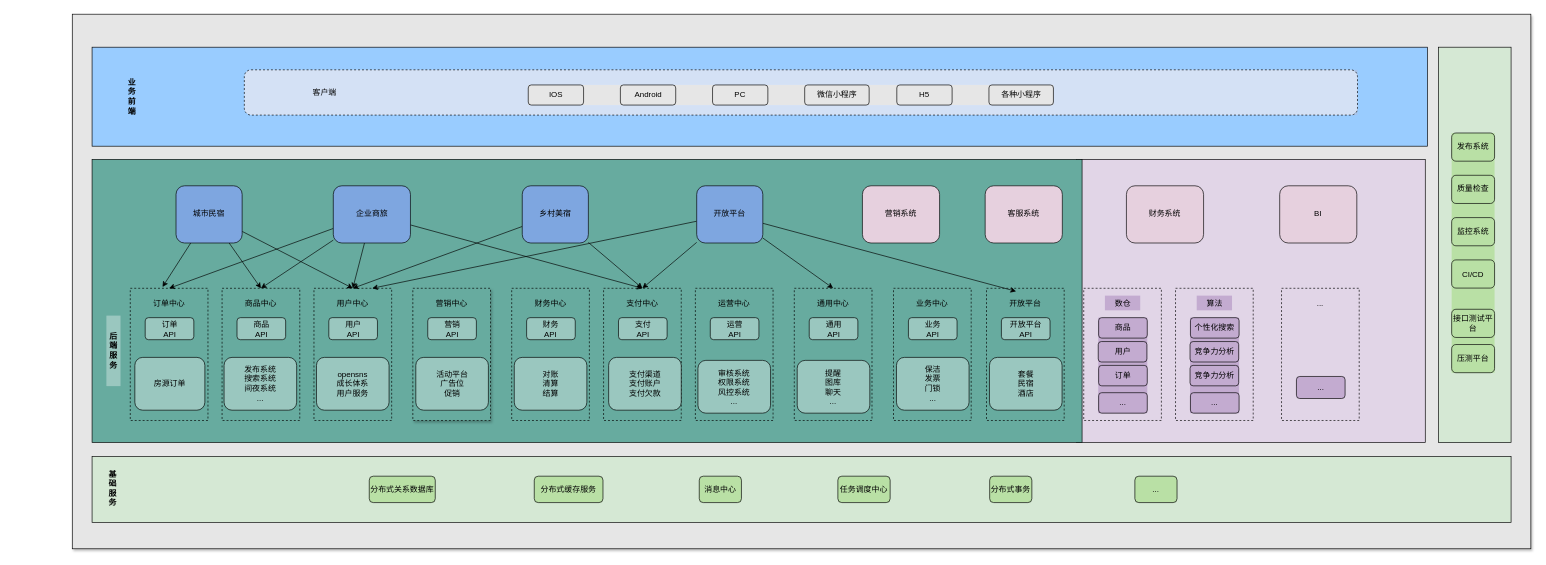
Before: 业务架构全景图.drawio in stern-hcg/draw.io, a draw.io diagram. Source tidied: cells renumbered, new cells numbered last; positions are measured from the earlier drawing's top-left corner, leaving out a move shared by most shapes. Both pictures are drawn from the tidied source at 66%, with x=0, y=0 at pixel (72, 14).
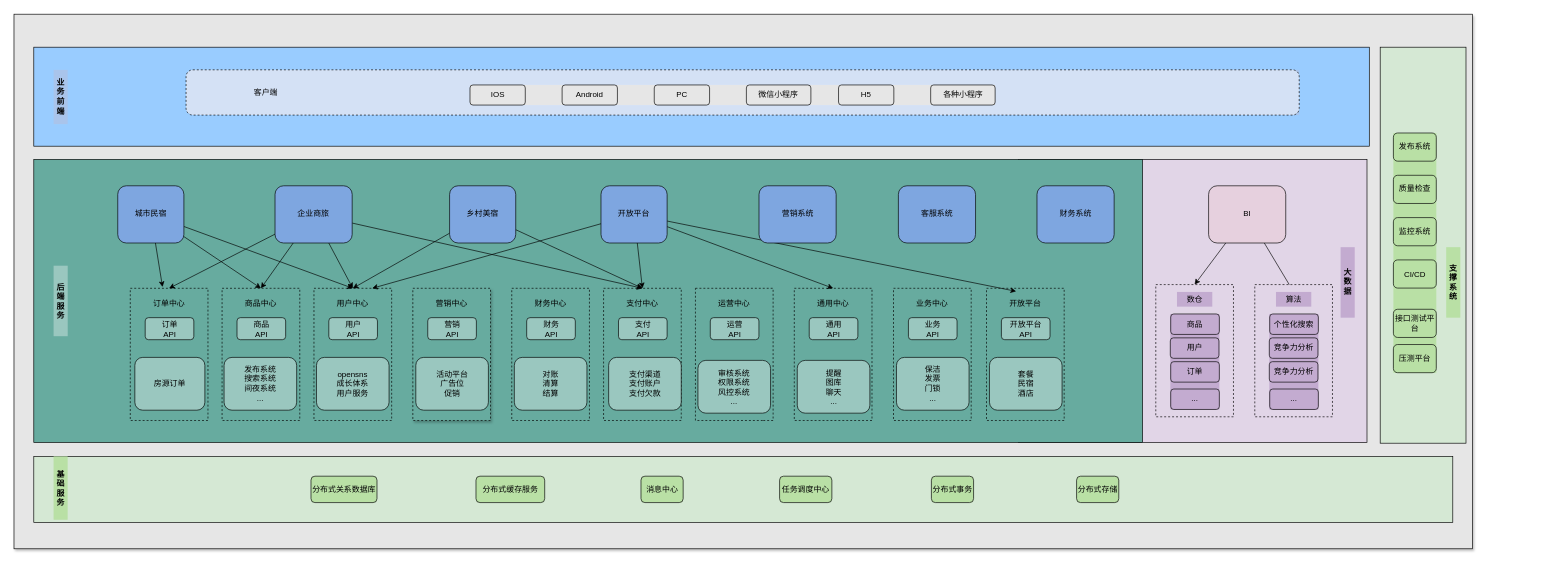
After the change.

Commit message:
Update 业务架构全景图.drawio

Diff of the diagram source:
```diff
@@
     <mxCell id="2" style="rounded=0;whiteSpace=wrap;html=1;shadow=1;fillColor=#E6E6E6;" parent="1" vertex="1">
-      <mxGeometry width="2210" height="810" as="geometry" />
+      <mxGeometry x="-88.3" width="2210" height="810" as="geometry" />
     </mxCell>
     <mxCell id="3" style="rounded=0;whiteSpace=wrap;html=1;fillColor=#D5E8D4;" parent="1" vertex="1">
-      <mxGeometry x="2070" y="50" width="110" height="599" as="geometry" />
+      <mxGeometry x="1981.7" y="50" width="130" height="600" as="geometry" />
     </mxCell>
     <mxCell id="4" style="group;fillColor=#B9E0A5;" parent="1" vertex="1">
-      <mxGeometry x="2090" y="180" width="65" height="363.3" as="geometry" />
+      <mxGeometry x="2001.7" y="180" width="65" height="363.3" as="geometry" />
     </mxCell>
@@
     <mxCell id="11" style="group;fillColor=#FFFFFF;" parent="1" vertex="1">
-      <mxGeometry x="344.4" y="381.9" width="1680.4" height="267.1" as="geometry" />
+      <mxGeometry x="256.1" y="381.9" width="1680.4" height="267.1" as="geometry" />
     </mxCell>
     <mxCell id="12" style="rounded=0;whiteSpace=wrap;html=1;fillColor=#E1D5E7;" parent="1" vertex="1">
-      <mxGeometry x="1521.8" y="220" width="528.2" height="429" as="geometry" />
+      <mxGeometry x="1433.5" y="220" width="528.2" height="429" as="geometry" />
     </mxCell>
     <mxCell id="13" style="rounded=0;whiteSpace=wrap;html=1;fillColor=#67AB9F;" parent="1" vertex="1">
-      <mxGeometry x="30" y="220" width="1500" height="429" as="geometry" />
+      <mxGeometry x="-58.3" y="220" width="1680" height="429" as="geometry" />
     </mxCell>
@@
     <mxCell id="30" style="group;" parent="1" vertex="1">
-      <mxGeometry x="665.8" y="415.3" width="117.7" height="200.3" as="geometry" />
+      <mxGeometry x="665.9" y="415.3" width="117.7" height="200.3" as="geometry" />
     </mxCell>
@@
     <mxCell id="38" style="rounded=0;whiteSpace=wrap;html=1;dashed=1;fillColor=#67AB9F;" parent="1" vertex="1">
-      <mxGeometry x="944.1" y="415.3" width="117.7" height="200.3" as="geometry" />
+      <mxGeometry x="944.2" y="415.3" width="117.7" height="200.3" as="geometry" />
     </mxCell>
@@
-    <mxCell id="44" style="rounded=0;whiteSpace=wrap;html=1;dashed=1;fillColor=#E1D5E7;" parent="1" vertex="1">
-      <mxGeometry x="1532.5" y="415.3" width="117.7" height="200.3" as="geometry" />
-    </mxCell>
-    <mxCell id="45" value="数仓" style="text;html=1;strokeColor=none;fillColor=#C3ABD0;align=center;verticalAlign=middle;whiteSpace=wrap;rounded=0;dashed=1;" parent="1" vertex="1">
-      <mxGeometry x="1564.6" y="426.4" width="53.5" height="22.3" as="geometry" />
-    </mxCell>
-    <mxCell id="46" style="rounded=0;whiteSpace=wrap;html=1;dashed=1;fillColor=#E1D5E7;" parent="1" vertex="1">
-      <mxGeometry x="1671.6" y="415.3" width="117.7" height="200.3" as="geometry" />
-    </mxCell>
-    <mxCell id="47" value="算法" style="text;html=1;strokeColor=none;fillColor=#C3ABD0;align=center;verticalAlign=middle;whiteSpace=wrap;rounded=0;dashed=1;" parent="1" vertex="1">
-      <mxGeometry x="1703.7" y="426.4" width="53.5" height="22.3" as="geometry" />
-    </mxCell>
-    <mxCell id="48" style="rounded=0;whiteSpace=wrap;html=1;dashed=1;fillColor=#E1D5E7;" parent="1" vertex="1">
-      <mxGeometry x="1832.2" y="415.3" width="117.7" height="200.3" as="geometry" />
-    </mxCell>
-    <mxCell id="49" value="..." style="text;html=1;strokeColor=none;fillColor=none;align=center;verticalAlign=middle;whiteSpace=wrap;rounded=0;dashed=1;" parent="1" vertex="1">
-      <mxGeometry x="1864.3" y="426.4" width="53.5" height="22.3" as="geometry" />
-    </mxCell>
-    <mxCell id="50" value="..." style="rounded=1;whiteSpace=wrap;html=1;fillColor=#C3ABD0;" parent="1" vertex="1">
-      <mxGeometry x="1854.8" y="548.9" width="73.7" height="33.4" as="geometry" />
-    </mxCell>
-    <mxCell id="51" style="group;fillColor=#C3ABD0;" parent="1" vertex="1">
-      <mxGeometry x="1554.5" y="459.8" width="74.3" height="144.7" as="geometry" />
-    </mxCell>
-    <mxCell id="52" value="商品" style="rounded=1;whiteSpace=wrap;html=1;fillColor=#C3ABD0;" parent="51" vertex="1">
-      <mxGeometry x="0.6" width="73.7" height="31" as="geometry" />
-    </mxCell>
-    <mxCell id="53" value="订单" style="rounded=1;whiteSpace=wrap;html=1;fillColor=#C3ABD0;" parent="51" vertex="1">
-      <mxGeometry x="0.6" y="72.3" width="73.7" height="31" as="geometry" />
-    </mxCell>
-    <mxCell id="54" value="用户" style="rounded=1;whiteSpace=wrap;html=1;fillColor=#C3ABD0;" parent="51" vertex="1">
-      <mxGeometry y="36.2" width="73.7" height="31" as="geometry" />
-    </mxCell>
-    <mxCell id="55" value="..." style="rounded=1;whiteSpace=wrap;html=1;fillColor=#C3ABD0;" parent="51" vertex="1">
-      <mxGeometry x="0.6" y="113.7" width="73.7" height="31" as="geometry" />
-    </mxCell>
-    <mxCell id="56" style="group;fillColor=#C3ABD0;" parent="1" vertex="1">
-      <mxGeometry x="1693.6" y="459.8" width="74.3" height="144.7" as="geometry" />
-    </mxCell>
-    <mxCell id="57" value="个性化搜索" style="rounded=1;whiteSpace=wrap;html=1;fillColor=#C3ABD0;" parent="56" vertex="1">
-      <mxGeometry x="0.6" width="73.7" height="31" as="geometry" />
-    </mxCell>
-    <mxCell id="58" value="竞争力分析" style="rounded=1;whiteSpace=wrap;html=1;fillColor=#C3ABD0;" parent="56" vertex="1">
-      <mxGeometry y="72.3" width="73.7" height="31" as="geometry" />
-    </mxCell>
-    <mxCell id="59" value="竞争力分析" style="rounded=1;whiteSpace=wrap;html=1;fillColor=#C3ABD0;" parent="56" vertex="1">
-      <mxGeometry y="36.2" width="73.7" height="31" as="geometry" />
-    </mxCell>
-    <mxCell id="60" value="..." style="rounded=1;whiteSpace=wrap;html=1;fillColor=#C3ABD0;" parent="56" vertex="1">
-      <mxGeometry x="0.6" y="113.7" width="73.7" height="31" as="geometry" />
-    </mxCell>
     <mxCell id="61" value="&lt;b&gt;后端服务&lt;/b&gt;" style="text;html=1;strokeColor=none;fillColor=#9AC7BF;align=center;verticalAlign=middle;whiteSpace=wrap;rounded=0;" parent="1" vertex="1">
-      <mxGeometry x="51.7" y="456.7" width="21.4" height="106.8" as="geometry" />
+      <mxGeometry x="-28.3" y="381.1" width="21.4" height="106.8" as="geometry" />
     </mxCell>
@@
     <mxCell id="74" value="提醒&lt;br&gt;图库&lt;br&gt;聊天&lt;br&gt;..." style="rounded=1;whiteSpace=wrap;html=1;fillColor=#9AC7BF;" parent="1" vertex="1">
-      <mxGeometry x="1098.4" y="524.5" width="110" height="80" as="geometry" />
+      <mxGeometry x="1098.5" y="524.5" width="110" height="80" as="geometry" />
     </mxCell>
     <mxCell id="75" style="group;" parent="1" vertex="1">
-      <mxGeometry x="50" y="50" width="2003.5" height="150" as="geometry" />
+      <mxGeometry x="-38.3" y="50" width="2003.5" height="150" as="geometry" />
     </mxCell>
@@
-    <mxCell id="87" value="&lt;b&gt;业务前端&lt;/b&gt;" style="text;html=1;strokeColor=none;fillColor=none;align=center;verticalAlign=middle;whiteSpace=wrap;rounded=0;" parent="75" vertex="1">
-      <mxGeometry x="30" y="34.3" width="21.3" height="82.3" as="geometry" />
+    <mxCell id="87" value="&lt;b&gt;业务前端&lt;/b&gt;" style="text;html=1;strokeColor=none;fillColor=#A9C4EB;align=center;verticalAlign=middle;whiteSpace=wrap;rounded=0;" parent="75" vertex="1">
+      <mxGeometry x="10" y="34.3" width="21.3" height="82.3" as="geometry" />
     </mxCell>
@@
     <mxCell id="91" value="城市民宿" style="rounded=1;whiteSpace=wrap;html=1;fillColor=#7EA6E0;" parent="1" vertex="1">
-      <mxGeometry x="157.2" y="260" width="100.2" height="86.7" as="geometry" />
+      <mxGeometry x="68.9" y="260" width="100.2" height="86.7" as="geometry" />
     </mxCell>
@@
     <mxCell id="96" value="开放平台" style="rounded=1;whiteSpace=wrap;html=1;fillColor=#7EA6E0;" parent="1" vertex="1">
-      <mxGeometry x="946.1" y="260" width="100.2" height="86.7" as="geometry" />
+      <mxGeometry x="801.1" y="260" width="100.2" height="86.7" as="geometry" />
     </mxCell>
@@
     <mxCell id="101" value="企业商旅" style="rounded=1;whiteSpace=wrap;html=1;fillColor=#7EA6E0;" parent="1" vertex="1">
-      <mxGeometry x="395.5" y="260" width="116.9" height="86.7" as="geometry" />
+      <mxGeometry x="307.2" y="260" width="116.9" height="86.7" as="geometry" />
     </mxCell>
@@
     <mxCell id="104" value="乡村美宿" style="rounded=1;whiteSpace=wrap;html=1;fillColor=#7EA6E0;" parent="1" vertex="1">
-      <mxGeometry x="681.8" y="260" width="100.2" height="86.7" as="geometry" />
+      <mxGeometry x="571.7" y="260" width="100.2" height="86.7" as="geometry" />
     </mxCell>
+    <mxCell id="118" style="edgeStyle=none;rounded=0;jettySize=auto;html=1;entryX=0.5;entryY=0;entryDx=0;entryDy=0;" parent="1" edge="1" source="105" target="44">
+      <mxGeometry relative="1" as="geometry" />
+    </mxCell>
+    <mxCell id="119" style="edgeStyle=none;rounded=0;jettySize=auto;html=1;entryX=0.5;entryY=0;entryDx=0;entryDy=0;" parent="1" edge="1" source="105" target="47">
+      <mxGeometry relative="1" as="geometry" />
+    </mxCell>
     <mxCell id="105" value="BI" style="rounded=1;whiteSpace=wrap;html=1;fillColor=#E6D0DE;" parent="1" vertex="1">
-      <mxGeometry x="1829.4" y="260" width="116.9" height="86.7" as="geometry" />
+      <mxGeometry x="1721.7" y="260" width="116.9" height="86.7" as="geometry" />
     </mxCell>
-    <mxCell id="106" value="财务系统" style="rounded=1;whiteSpace=wrap;html=1;fillColor=#E6D0DE;" parent="1" vertex="1">
-      <mxGeometry x="1597.2" y="260" width="116.9" height="86.7" as="geometry" />
+    <mxCell id="106" value="财务系统" style="rounded=1;whiteSpace=wrap;html=1;fillColor=#7EA6E0;" parent="1" vertex="1">
+      <mxGeometry x="1461.7" y="260" width="116.9" height="86.7" as="geometry" />
     </mxCell>
-    <mxCell id="107" value="营销系统" style="rounded=1;whiteSpace=wrap;html=1;fillColor=#E6D0DE;" parent="1" vertex="1">
-      <mxGeometry x="1197.2" y="260" width="116.9" height="86.7" as="geometry" />
+    <mxCell id="107" value="营销系统" style="rounded=1;whiteSpace=wrap;html=1;fillColor=#7EA6E0;" parent="1" vertex="1">
+      <mxGeometry x="1040.5" y="260" width="116.9" height="86.7" as="geometry" />
     </mxCell>
-    <mxCell id="108" value="客服系统" style="rounded=1;whiteSpace=wrap;html=1;fillColor=#E6D0DE;" parent="1" vertex="1">
-      <mxGeometry x="1383.2" y="260" width="116.9" height="86.7" as="geometry" />
+    <mxCell id="108" value="客服系统" style="rounded=1;whiteSpace=wrap;html=1;fillColor=#7EA6E0;" parent="1" vertex="1">
+      <mxGeometry x="1251.7" y="260" width="116.9" height="86.7" as="geometry" />
     </mxCell>
     <mxCell id="109" style="group;" parent="1" vertex="1">
-      <mxGeometry x="30" y="670" width="2150" height="100" as="geometry" />
+      <mxGeometry x="-58.3" y="670" width="2150" height="100" as="geometry" />
     </mxCell>
@@
-    <mxCell id="111" value="&lt;b&gt;基础服务&lt;/b&gt;" style="text;html=1;strokeColor=none;fillColor=none;align=center;verticalAlign=middle;whiteSpace=wrap;rounded=0;" parent="109" vertex="1">
-      <mxGeometry x="21.3" width="21.3" height="96" as="geometry" />
+    <mxCell id="111" value="&lt;b&gt;基础服务&lt;/b&gt;" style="text;html=1;strokeColor=none;fillColor=#B9E0A5;align=center;verticalAlign=middle;whiteSpace=wrap;rounded=0;" parent="109" vertex="1">
+      <mxGeometry x="30" width="21.3" height="96" as="geometry" />
     </mxCell>
@@
-    <mxCell id="114" value="..." style="rounded=1;whiteSpace=wrap;html=1;fillColor=#B9E0A5;" parent="109" vertex="1">
+    <mxCell id="114" value="分布式存储" style="rounded=1;whiteSpace=wrap;html=1;fillColor=#B9E0A5;" parent="109" vertex="1">
       <mxGeometry x="1580" y="30" width="63.9" height="40" as="geometry" />
     </mxCell>
@@
+    <mxCell id="120" style="group;" parent="1" vertex="1">
+      <mxGeometry x="1791.7" y="409.7" width="117.7" height="200.3" as="geometry" />
+    </mxCell>
+    <mxCell id="46" style="rounded=0;whiteSpace=wrap;html=1;dashed=1;fillColor=#E1D5E7;" parent="120" vertex="1">
+      <mxGeometry width="117.7" height="200.3" as="geometry" />
+    </mxCell>
+    <mxCell id="47" value="算法" style="text;html=1;strokeColor=none;fillColor=#C3ABD0;align=center;verticalAlign=middle;whiteSpace=wrap;rounded=0;dashed=1;" parent="120" vertex="1">
+      <mxGeometry x="32.1" y="11.1" width="53.5" height="22.3" as="geometry" />
+    </mxCell>
+    <mxCell id="56" style="group;fillColor=#C3ABD0;" parent="120" vertex="1">
+      <mxGeometry x="22" y="44.5" width="74.3" height="144.7" as="geometry" />
+    </mxCell>
+    <mxCell id="57" value="个性化搜索" style="rounded=1;whiteSpace=wrap;html=1;fillColor=#C3ABD0;" parent="56" vertex="1">
+      <mxGeometry x="0.6" width="73.7" height="31" as="geometry" />
+    </mxCell>
+    <mxCell id="58" value="竞争力分析" style="rounded=1;whiteSpace=wrap;html=1;fillColor=#C3ABD0;" parent="56" vertex="1">
+      <mxGeometry y="72.3" width="73.7" height="31" as="geometry" />
+    </mxCell>
+    <mxCell id="59" value="竞争力分析" style="rounded=1;whiteSpace=wrap;html=1;fillColor=#C3ABD0;" parent="56" vertex="1">
+      <mxGeometry y="36.2" width="73.7" height="31" as="geometry" />
+    </mxCell>
+    <mxCell id="60" value="..." style="rounded=1;whiteSpace=wrap;html=1;fillColor=#C3ABD0;" parent="56" vertex="1">
+      <mxGeometry x="0.6" y="113.7" width="73.7" height="31" as="geometry" />
+    </mxCell>
+    <mxCell id="121" style="group;" parent="1" vertex="1">
+      <mxGeometry x="1641.7" y="409.7" width="117.7" height="200.3" as="geometry" />
+    </mxCell>
+    <mxCell id="44" style="rounded=0;whiteSpace=wrap;html=1;dashed=1;fillColor=#E1D5E7;" parent="121" vertex="1">
+      <mxGeometry width="117.7" height="200.3" as="geometry" />
+    </mxCell>
+    <mxCell id="45" value="数仓" style="text;html=1;strokeColor=none;fillColor=#C3ABD0;align=center;verticalAlign=middle;whiteSpace=wrap;rounded=0;dashed=1;" parent="121" vertex="1">
+      <mxGeometry x="32.1" y="11.1" width="53.5" height="22.3" as="geometry" />
+    </mxCell>
+    <mxCell id="51" style="group;fillColor=#C3ABD0;" parent="121" vertex="1">
+      <mxGeometry x="22" y="44.5" width="74.3" height="144.7" as="geometry" />
+    </mxCell>
+    <mxCell id="52" value="商品" style="rounded=1;whiteSpace=wrap;html=1;fillColor=#C3ABD0;" parent="51" vertex="1">
+      <mxGeometry x="0.6" width="73.7" height="31" as="geometry" />
+    </mxCell>
+    <mxCell id="53" value="订单" style="rounded=1;whiteSpace=wrap;html=1;fillColor=#C3ABD0;" parent="51" vertex="1">
+      <mxGeometry x="0.6" y="72.3" width="73.7" height="31" as="geometry" />
+    </mxCell>
+    <mxCell id="54" value="用户" style="rounded=1;whiteSpace=wrap;html=1;fillColor=#C3ABD0;" parent="51" vertex="1">
+      <mxGeometry y="36.2" width="73.7" height="31" as="geometry" />
+    </mxCell>
+    <mxCell id="55" value="..." style="rounded=1;whiteSpace=wrap;html=1;fillColor=#C3ABD0;" parent="51" vertex="1">
+      <mxGeometry x="0.6" y="113.7" width="73.7" height="31" as="geometry" />
+    </mxCell>
+    <mxCell id="122" value="&lt;b&gt;大数据&lt;/b&gt;" style="text;html=1;strokeColor=none;fillColor=#C3ABD0;align=center;verticalAlign=middle;whiteSpace=wrap;rounded=0;" parent="1" vertex="1">
+      <mxGeometry x="1921.7" y="353" width="21.4" height="106.8" as="geometry" />
+    </mxCell>
+    <mxCell id="123" value="&lt;b&gt;支撑系统&lt;/b&gt;" style="text;html=1;strokeColor=none;fillColor=#B9E0A5;align=center;verticalAlign=middle;whiteSpace=wrap;rounded=0;" parent="1" vertex="1">
+      <mxGeometry x="2081.7" y="353" width="21.4" height="106.8" as="geometry" />
+    </mxCell>
```
